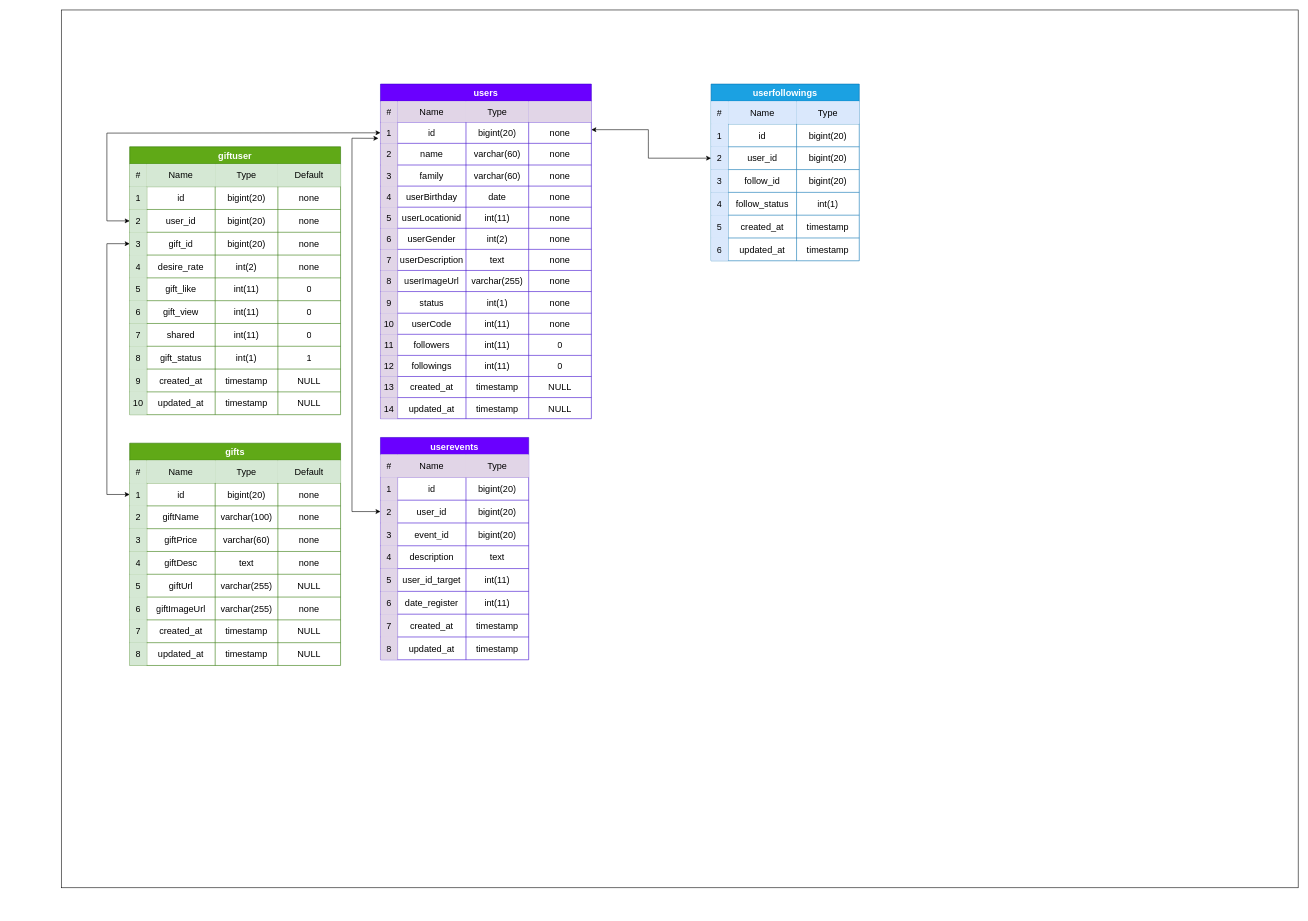
This is Untitled Diagram.drawio from Rezarezaeipour/wiishy-diagram, a draw.io file, before an edit. Source tidied: cells renumbered, new cells numbered last; positions are measured from the earlier drawing's top-left corner, leaving out a move shared by most shapes. Both pictures are drawn from the tidied source at 57%, with x=0, y=0 at pixel (61, 10).
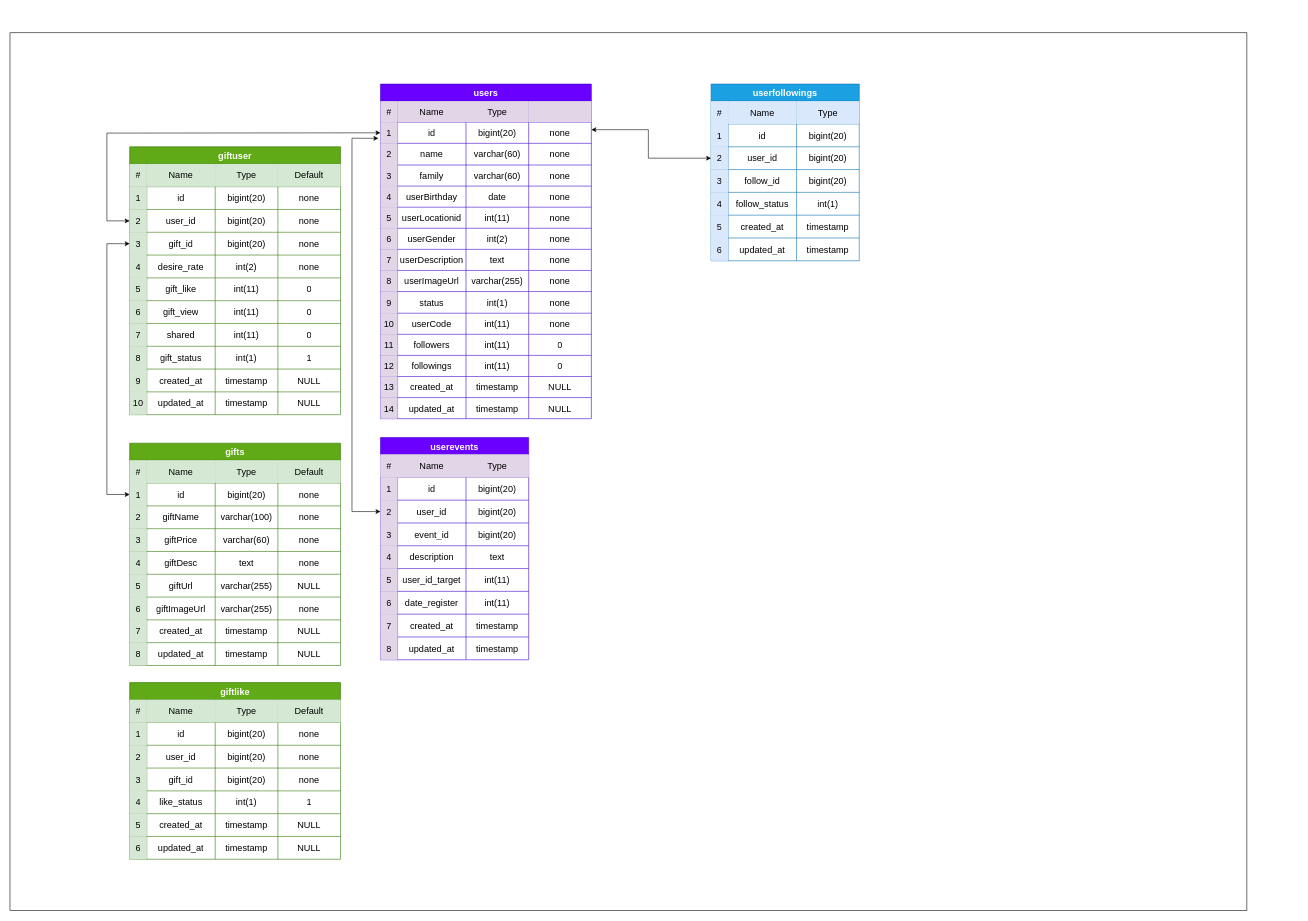
After the change.

Diff of the diagram source:
```diff
@@
     <mxCell id="2" style="rounded=0;whiteSpace=wrap;html=1;" parent="1" vertex="1">
-      <mxGeometry width="2170" height="1540" as="geometry" />
+      <mxGeometry x="-90" y="40" width="2170" height="1540" as="geometry" />
     </mxCell>
@@
+    <mxCell id="251" value="giftlike" style="shape=table;startSize=30;childLayout=tableLayout;strokeColor=#2D7600;fontSize=16;fillColor=#60a917;fontStyle=1;fontColor=#ffffff;" parent="1" vertex="1">
+      <mxGeometry x="120" y="1180" width="370" height="310" as="geometry" />
+    </mxCell>
+    <mxCell id="252" style="shape=tableRow;horizontal=0;startSize=0;swimlaneHead=0;swimlaneBody=0;strokeColor=inherit;top=0;left=0;bottom=0;right=0;fillColor=none;fontSize=16;" parent="251" vertex="1">
+      <mxGeometry y="30" width="370" height="40" as="geometry" />
+    </mxCell>
+    <mxCell id="253" value="#" style="shape=partialRectangle;html=1;whiteSpace=wrap;strokeColor=#82b366;overflow=hidden;fillColor=#d5e8d4;top=0;left=0;bottom=0;right=0;fontSize=16;" parent="252" vertex="1">
+      <mxGeometry width="30" height="40" as="geometry" />
+    </mxCell>
+    <mxCell id="254" value="Name" style="shape=partialRectangle;html=1;whiteSpace=wrap;strokeColor=#82b366;overflow=hidden;fillColor=#d5e8d4;top=0;left=0;bottom=0;right=0;fontSize=16;" parent="252" vertex="1">
+      <mxGeometry x="30" width="120" height="40" as="geometry" />
+    </mxCell>
+    <mxCell id="255" value="Type" style="shape=partialRectangle;html=1;whiteSpace=wrap;strokeColor=#82b366;overflow=hidden;fillColor=#d5e8d4;top=0;left=0;bottom=0;right=0;fontSize=16;" parent="252" vertex="1">
+      <mxGeometry x="150" width="110" height="40" as="geometry" />
+    </mxCell>
+    <mxCell id="256" value="Default" style="shape=partialRectangle;html=1;whiteSpace=wrap;strokeColor=#82b366;overflow=hidden;fillColor=#d5e8d4;top=0;left=0;bottom=0;right=0;fontSize=16;" parent="252" vertex="1">
+      <mxGeometry x="260" width="110" height="40" as="geometry" />
+    </mxCell>
+    <mxCell id="257" style="shape=tableRow;horizontal=0;startSize=0;swimlaneHead=0;swimlaneBody=0;strokeColor=inherit;top=0;left=0;bottom=0;right=0;fillColor=none;fontSize=16;" parent="251" vertex="1">
+      <mxGeometry y="70" width="370" height="40" as="geometry" />
+    </mxCell>
+    <mxCell id="258" value="1" style="shape=partialRectangle;html=1;whiteSpace=wrap;strokeColor=#82b366;overflow=hidden;fillColor=#d5e8d4;top=0;left=0;bottom=0;right=0;fontSize=16;" parent="257" vertex="1">
+      <mxGeometry width="30" height="40" as="geometry" />
+    </mxCell>
+    <mxCell id="259" value="id" style="shape=partialRectangle;html=1;whiteSpace=wrap;strokeColor=inherit;overflow=hidden;fillColor=none;top=0;left=0;bottom=0;right=0;fontSize=16;" parent="257" vertex="1">
+      <mxGeometry x="30" width="120" height="40" as="geometry" />
+    </mxCell>
+    <mxCell id="260" value="bigint(20)" style="shape=partialRectangle;html=1;whiteSpace=wrap;strokeColor=inherit;overflow=hidden;fillColor=none;top=0;left=0;bottom=0;right=0;fontSize=16;" parent="257" vertex="1">
+      <mxGeometry x="150" width="110" height="40" as="geometry" />
+    </mxCell>
+    <mxCell id="261" value="none" style="shape=partialRectangle;html=1;whiteSpace=wrap;strokeColor=inherit;overflow=hidden;fillColor=none;top=0;left=0;bottom=0;right=0;fontSize=16;" parent="257" vertex="1">
+      <mxGeometry x="260" width="110" height="40" as="geometry" />
+    </mxCell>
+    <mxCell id="262" style="shape=tableRow;horizontal=0;startSize=0;swimlaneHead=0;swimlaneBody=0;strokeColor=inherit;top=0;left=0;bottom=0;right=0;fillColor=none;fontSize=16;" parent="251" vertex="1">
+      <mxGeometry y="110" width="370" height="40" as="geometry" />
+    </mxCell>
+    <mxCell id="263" value="2" style="shape=partialRectangle;html=1;whiteSpace=wrap;strokeColor=#82b366;overflow=hidden;fillColor=#d5e8d4;top=0;left=0;bottom=0;right=0;fontSize=16;" parent="262" vertex="1">
+      <mxGeometry width="30" height="40" as="geometry" />
+    </mxCell>
+    <mxCell id="264" value="user_id" style="shape=partialRectangle;html=1;whiteSpace=wrap;strokeColor=inherit;overflow=hidden;fillColor=none;top=0;left=0;bottom=0;right=0;fontSize=16;" parent="262" vertex="1">
+      <mxGeometry x="30" width="120" height="40" as="geometry" />
+    </mxCell>
+    <mxCell id="265" value="bigint(20)" style="shape=partialRectangle;html=1;whiteSpace=wrap;strokeColor=inherit;overflow=hidden;fillColor=none;top=0;left=0;bottom=0;right=0;fontSize=16;" parent="262" vertex="1">
+      <mxGeometry x="150" width="110" height="40" as="geometry" />
+    </mxCell>
+    <mxCell id="266" value="none" style="shape=partialRectangle;html=1;whiteSpace=wrap;strokeColor=inherit;overflow=hidden;fillColor=none;top=0;left=0;bottom=0;right=0;fontSize=16;" parent="262" vertex="1">
+      <mxGeometry x="260" width="110" height="40" as="geometry" />
+    </mxCell>
+    <mxCell id="267" style="shape=tableRow;horizontal=0;startSize=0;swimlaneHead=0;swimlaneBody=0;strokeColor=inherit;top=0;left=0;bottom=0;right=0;fillColor=none;fontSize=16;" parent="251" vertex="1">
+      <mxGeometry y="150" width="370" height="40" as="geometry" />
+    </mxCell>
+    <mxCell id="268" value="3" style="shape=partialRectangle;html=1;whiteSpace=wrap;strokeColor=#82b366;overflow=hidden;fillColor=#d5e8d4;top=0;left=0;bottom=0;right=0;fontSize=16;" parent="267" vertex="1">
+      <mxGeometry width="30" height="40" as="geometry" />
+    </mxCell>
+    <mxCell id="269" value="gift_id" style="shape=partialRectangle;html=1;whiteSpace=wrap;strokeColor=inherit;overflow=hidden;fillColor=none;top=0;left=0;bottom=0;right=0;fontSize=16;" parent="267" vertex="1">
+      <mxGeometry x="30" width="120" height="40" as="geometry" />
+    </mxCell>
+    <mxCell id="270" value="bigint(20)" style="shape=partialRectangle;html=1;whiteSpace=wrap;strokeColor=inherit;overflow=hidden;fillColor=none;top=0;left=0;bottom=0;right=0;fontSize=16;" parent="267" vertex="1">
+      <mxGeometry x="150" width="110" height="40" as="geometry" />
+    </mxCell>
+    <mxCell id="271" value="none" style="shape=partialRectangle;html=1;whiteSpace=wrap;strokeColor=inherit;overflow=hidden;fillColor=none;top=0;left=0;bottom=0;right=0;fontSize=16;" parent="267" vertex="1">
+      <mxGeometry x="260" width="110" height="40" as="geometry" />
+    </mxCell>
+    <mxCell id="272" style="shape=tableRow;horizontal=0;startSize=0;swimlaneHead=0;swimlaneBody=0;strokeColor=inherit;top=0;left=0;bottom=0;right=0;fillColor=none;fontSize=16;" parent="251" vertex="1">
+      <mxGeometry y="190" width="370" height="40" as="geometry" />
+    </mxCell>
+    <mxCell id="273" value="4" style="shape=partialRectangle;html=1;whiteSpace=wrap;strokeColor=#82b366;overflow=hidden;fillColor=#d5e8d4;top=0;left=0;bottom=0;right=0;fontSize=16;" parent="272" vertex="1">
+      <mxGeometry width="30" height="40" as="geometry" />
+    </mxCell>
+    <mxCell id="274" value="like_status" style="shape=partialRectangle;html=1;whiteSpace=wrap;strokeColor=inherit;overflow=hidden;fillColor=none;top=0;left=0;bottom=0;right=0;fontSize=16;" parent="272" vertex="1">
+      <mxGeometry x="30" width="120" height="40" as="geometry" />
+    </mxCell>
+    <mxCell id="275" value="int(1)" style="shape=partialRectangle;html=1;whiteSpace=wrap;strokeColor=inherit;overflow=hidden;fillColor=none;top=0;left=0;bottom=0;right=0;fontSize=16;" parent="272" vertex="1">
+      <mxGeometry x="150" width="110" height="40" as="geometry" />
+    </mxCell>
+    <mxCell id="276" value="1" style="shape=partialRectangle;html=1;whiteSpace=wrap;strokeColor=inherit;overflow=hidden;fillColor=none;top=0;left=0;bottom=0;right=0;fontSize=16;" parent="272" vertex="1">
+      <mxGeometry x="260" width="110" height="40" as="geometry" />
+    </mxCell>
+    <mxCell id="277" style="shape=tableRow;horizontal=0;startSize=0;swimlaneHead=0;swimlaneBody=0;strokeColor=inherit;top=0;left=0;bottom=0;right=0;fillColor=none;fontSize=16;" parent="251" vertex="1">
+      <mxGeometry y="230" width="370" height="40" as="geometry" />
+    </mxCell>
+    <mxCell id="278" value="5" style="shape=partialRectangle;html=1;whiteSpace=wrap;strokeColor=#82b366;overflow=hidden;fillColor=#d5e8d4;top=0;left=0;bottom=0;right=0;fontSize=16;" parent="277" vertex="1">
+      <mxGeometry width="30" height="40" as="geometry" />
+    </mxCell>
+    <mxCell id="279" value="created_at" style="shape=partialRectangle;html=1;whiteSpace=wrap;strokeColor=inherit;overflow=hidden;fillColor=none;top=0;left=0;bottom=0;right=0;fontSize=16;" parent="277" vertex="1">
+      <mxGeometry x="30" width="120" height="40" as="geometry" />
+    </mxCell>
+    <mxCell id="280" value="timestamp" style="shape=partialRectangle;html=1;whiteSpace=wrap;strokeColor=inherit;overflow=hidden;fillColor=none;top=0;left=0;bottom=0;right=0;fontSize=16;" parent="277" vertex="1">
+      <mxGeometry x="150" width="110" height="40" as="geometry" />
+    </mxCell>
+    <mxCell id="281" value="NULL" style="shape=partialRectangle;html=1;whiteSpace=wrap;strokeColor=inherit;overflow=hidden;fillColor=none;top=0;left=0;bottom=0;right=0;fontSize=16;" parent="277" vertex="1">
+      <mxGeometry x="260" width="110" height="40" as="geometry" />
+    </mxCell>
+    <mxCell id="282" style="shape=tableRow;horizontal=0;startSize=0;swimlaneHead=0;swimlaneBody=0;strokeColor=inherit;top=0;left=0;bottom=0;right=0;fillColor=none;fontSize=16;" parent="251" vertex="1">
+      <mxGeometry y="270" width="370" height="40" as="geometry" />
+    </mxCell>
+    <mxCell id="283" value="6" style="shape=partialRectangle;html=1;whiteSpace=wrap;strokeColor=#82b366;overflow=hidden;fillColor=#d5e8d4;top=0;left=0;bottom=0;right=0;fontSize=16;" parent="282" vertex="1">
+      <mxGeometry width="30" height="40" as="geometry" />
+    </mxCell>
+    <mxCell id="284" value="updated_at" style="shape=partialRectangle;html=1;whiteSpace=wrap;strokeColor=inherit;overflow=hidden;fillColor=none;top=0;left=0;bottom=0;right=0;fontSize=16;" parent="282" vertex="1">
+      <mxGeometry x="30" width="120" height="40" as="geometry" />
+    </mxCell>
+    <mxCell id="285" value="timestamp" style="shape=partialRectangle;html=1;whiteSpace=wrap;strokeColor=inherit;overflow=hidden;fillColor=none;top=0;left=0;bottom=0;right=0;fontSize=16;" parent="282" vertex="1">
+      <mxGeometry x="150" width="110" height="40" as="geometry" />
+    </mxCell>
+    <mxCell id="286" value="NULL" style="shape=partialRectangle;html=1;whiteSpace=wrap;strokeColor=inherit;overflow=hidden;fillColor=none;top=0;left=0;bottom=0;right=0;fontSize=16;" parent="282" vertex="1">
+      <mxGeometry x="260" width="110" height="40" as="geometry" />
+    </mxCell>
```
